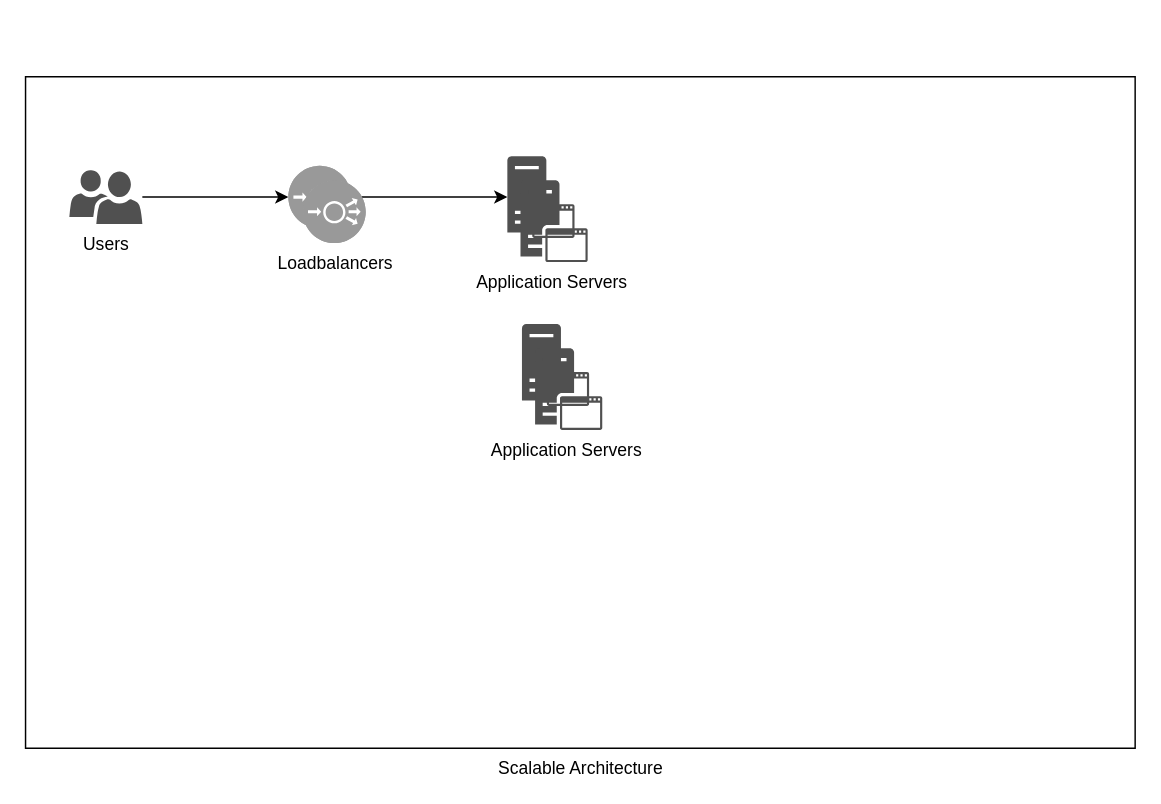
Above: URLShortner.drawio in AmitVerma-Learn/URLShortner (draw.io), before the change. Source tidied: cells renumbered, new cells numbered last; positions are measured from the earlier drawing's top-left corner, leaving out a move shared by most shapes. Both pictures are drawn from the tidied source at 146%, with x=0, y=0 at pixel (25, 76).
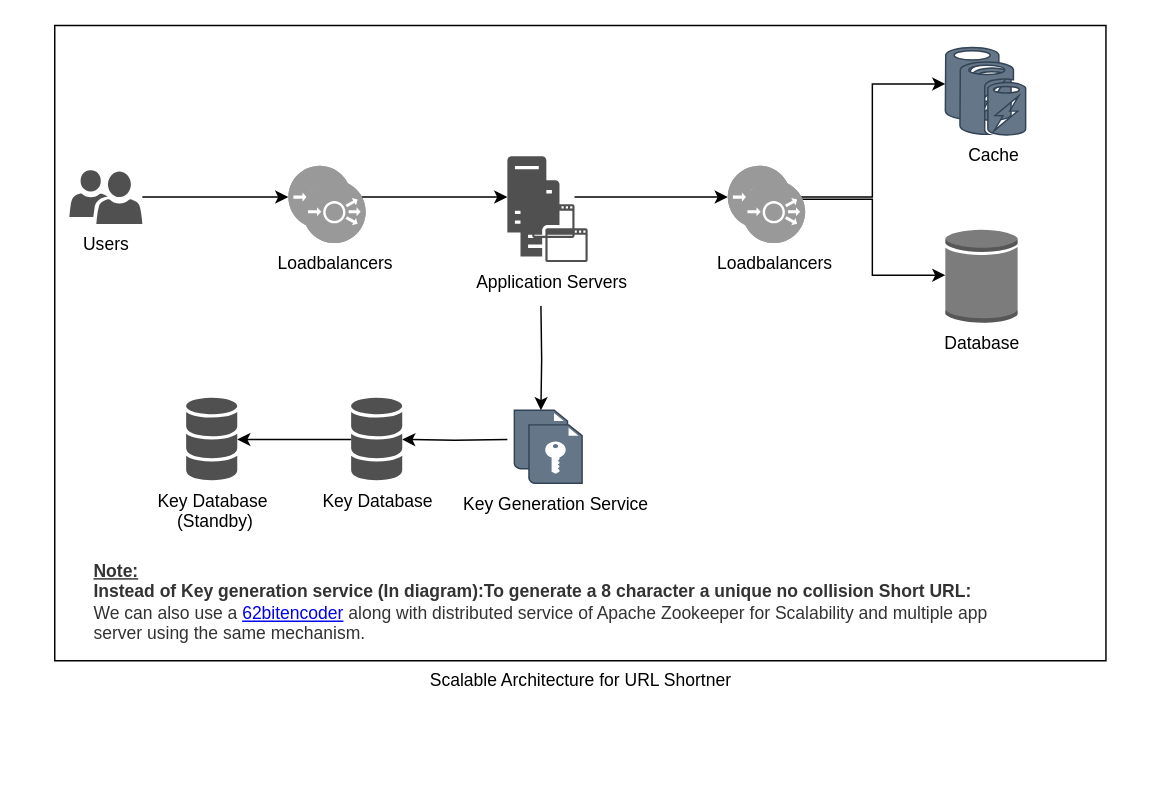
After the change.

Unchanged cells that the change refers to:
```xml
<mxCell id="8" style="sketch=0;shadow=0;dashed=0;html=1;strokeColor=none;fillColor=#505050;labelPosition=center;verticalLabelPosition=bottom;verticalAlign=top;outlineConnect=0;align=center;shape=mxgraph.office.servers.application_server;" parent="1" vertex="1">
  <mxGeometry x="330" y="54.5" width="46" height="56" as="geometry" />
</mxCell>
```

The edit, as a diff of the source:
```diff
@@
-    <mxCell id="2" value="Scalable Architecture" style="verticalLabelPosition=bottom;verticalAlign=top;html=1;shape=mxgraph.basic.rect;fillColor2=none;strokeWidth=1;size=20;indent=5;" parent="1" vertex="1">
-      <mxGeometry width="760" height="460" as="geometry" />
+    <mxCell id="2" value="Scalable Architecture for URL Shortner" style="verticalLabelPosition=bottom;verticalAlign=top;html=1;shape=mxgraph.basic.rect;fillColor2=none;strokeWidth=1;size=20;indent=5;fillColor=#FFFFFF;" parent="1" vertex="1">
+      <mxGeometry x="20" y="-35" width="720" height="435" as="geometry" />
     </mxCell>
+    <mxCell id="12" style="edgeStyle=orthogonalEdgeStyle;rounded=0;jettySize=auto;html=1;fontColor=#000000;" parent="1" edge="1" target="17">
+      <mxGeometry relative="1" as="geometry">
+        <mxPoint x="330" y="248.5" as="sourcePoint" />
+      </mxGeometry>
+    </mxCell>
@@
+    <mxCell id="13" style="edgeStyle=orthogonalEdgeStyle;rounded=0;jettySize=auto;html=1;fontColor=#000000;" parent="1" edge="1" target="15">
+      <mxGeometry relative="1" as="geometry">
+        <mxPoint x="353" y="157" as="sourcePoint" />
+      </mxGeometry>
+    </mxCell>
+    <mxCell id="14" style="edgeStyle=orthogonalEdgeStyle;rounded=0;jettySize=auto;html=1;fontColor=#000000;entryX=0;entryY=0.5;entryDx=0;entryDy=0;entryPerimeter=0;" parent="1" edge="1" source="8" target="21">
+      <mxGeometry relative="1" as="geometry" />
+    </mxCell>
@@
-    <mxCell id="10" style="sketch=0;shadow=0;dashed=0;html=1;strokeColor=none;fillColor=#505050;labelPosition=center;verticalLabelPosition=bottom;verticalAlign=top;align=center;shape=mxgraph.office.servers.application_server;" parent="1" vertex="1">
-      <mxGeometry x="340" y="169.5" width="46" height="56" as="geometry" />
-    </mxCell>
-    <mxCell id="11" value="Application Servers&lt;span style=&quot;white-space: pre&quot;&gt; &lt;/span&gt;" style="sketch=0;shadow=0;dashed=0;html=1;strokeColor=none;fillColor=#505050;labelPosition=center;verticalLabelPosition=bottom;verticalAlign=top;align=center;shape=mxgraph.office.servers.application_server;" parent="1" vertex="1">
-      <mxGeometry x="349" y="186" width="46" height="56" as="geometry" />
-    </mxCell>
+    <mxCell id="15" style="shadow=0;dashed=0;html=1;strokeColor=#314354;fillColor=#647687;labelPosition=center;verticalLabelPosition=bottom;verticalAlign=top;align=center;outlineConnect=0;shape=mxgraph.veeam.encryption_key;fontColor=#ffffff;" parent="1" vertex="1">
+      <mxGeometry x="334.8" y="228.5" width="36.4" height="40" as="geometry" />
+    </mxCell>
+    <mxCell id="16" style="edgeStyle=orthogonalEdgeStyle;rounded=0;jettySize=auto;html=1;fontColor=#000000;" parent="1" edge="1" source="17" target="18">
+      <mxGeometry relative="1" as="geometry" />
+    </mxCell>
+    <mxCell id="17" value="Key Database" style="sketch=0;shadow=0;dashed=0;html=1;strokeColor=none;fillColor=#505050;labelPosition=center;verticalLabelPosition=bottom;verticalAlign=top;outlineConnect=0;align=center;shape=mxgraph.office.databases.database_mini_3;fontColor=#000000;" parent="1" vertex="1">
+      <mxGeometry x="223" y="220" width="35" height="57" as="geometry" />
+    </mxCell>
+    <mxCell id="18" value="Key Database&lt;br&gt;&amp;nbsp;(Standby)" style="sketch=0;shadow=0;dashed=0;html=1;strokeColor=none;fillColor=#505050;labelPosition=center;verticalLabelPosition=bottom;verticalAlign=top;outlineConnect=0;align=center;shape=mxgraph.office.databases.database_mini_3;fontColor=#000000;" parent="1" vertex="1">
+      <mxGeometry x="110" y="220" width="35" height="57" as="geometry" />
+    </mxCell>
+    <mxCell id="19" value="&lt;font color=&quot;#000000&quot;&gt;Key Generation Service&lt;/font&gt;" style="shadow=0;dashed=0;html=1;strokeColor=#314354;fillColor=#647687;labelPosition=center;verticalLabelPosition=bottom;verticalAlign=top;align=center;shape=mxgraph.veeam.encryption_key;fontColor=#ffffff;" parent="1" vertex="1">
+      <mxGeometry x="344.8" y="238.5" width="36.4" height="40" as="geometry" />
+    </mxCell>
+    <mxCell id="20" style="edgeStyle=orthogonalEdgeStyle;rounded=0;jettySize=auto;html=1;fontColor=#000000;entryX=0;entryY=0.5;entryDx=0;entryDy=0;entryPerimeter=0;" parent="1" edge="1" source="21" target="24">
+      <mxGeometry relative="1" as="geometry">
+        <Array as="points">
+          <mxPoint x="580" y="83" />
+          <mxPoint x="580" y="5" />
+        </Array>
+      </mxGeometry>
+    </mxCell>
+    <mxCell id="21" style="fillColor=#999999;verticalLabelPosition=bottom;sketch=0;html=1;strokeColor=#ffffff;verticalAlign=top;align=center;points=[[0.145,0.145,0],[0.5,0,0],[0.855,0.145,0],[1,0.5,0],[0.855,0.855,0],[0.5,1,0],[0.145,0.855,0],[0,0.5,0]];shape=mxgraph.cisco_safe.compositeIcon;bgIcon=ellipse;resIcon=mxgraph.cisco_safe.capability.load_balancer;" parent="1" vertex="1">
+      <mxGeometry x="481" y="61" width="43" height="43" as="geometry" />
+    </mxCell>
+    <mxCell id="22" style="edgeStyle=orthogonalEdgeStyle;rounded=0;jettySize=auto;html=1;fontColor=#000000;exitX=1;exitY=0.5;exitDx=0;exitDy=0;exitPerimeter=0;" parent="1" edge="1" source="21" target="26">
+      <mxGeometry relative="1" as="geometry">
+        <Array as="points">
+          <mxPoint x="524" y="84" />
+          <mxPoint x="580" y="84" />
+          <mxPoint x="580" y="136" />
+        </Array>
+      </mxGeometry>
+    </mxCell>
+    <mxCell id="23" value="Loadbalancers" style="fillColor=#999999;verticalLabelPosition=bottom;sketch=0;html=1;strokeColor=#ffffff;verticalAlign=top;align=center;shape=mxgraph.cisco_safe.compositeIcon;bgIcon=ellipse;resIcon=mxgraph.cisco_safe.capability.load_balancer;" parent="1" vertex="1">
+      <mxGeometry x="491" y="71" width="43" height="43" as="geometry" />
+    </mxCell>
+    <mxCell id="24" style="verticalLabelPosition=bottom;html=1;verticalAlign=top;align=center;strokeColor=#314354;fillColor=#647687;shape=mxgraph.azure.azure_cache;fontColor=#ffffff;" parent="1" vertex="1">
+      <mxGeometry x="630" y="-20" width="45" height="50" as="geometry" />
+    </mxCell>
+    <mxCell id="25" value="&lt;font color=&quot;#000000&quot;&gt;Cache&lt;/font&gt;" style="verticalLabelPosition=bottom;html=1;verticalAlign=top;align=center;strokeColor=#314354;fillColor=#647687;shape=mxgraph.azure.azure_cache;fontColor=#ffffff;" parent="1" vertex="1">
+      <mxGeometry x="640" y="-10" width="45" height="50" as="geometry" />
+    </mxCell>
+    <mxCell id="26" value="Database" style="outlineConnect=0;dashed=0;verticalLabelPosition=bottom;verticalAlign=top;align=center;html=1;shape=mxgraph.aws3.generic_database;fillColor=#7D7C7C;gradientColor=none;fontColor=#000000;" parent="1" vertex="1">
+      <mxGeometry x="630" y="104" width="49.5" height="64.5" as="geometry" />
+    </mxCell>
+    <mxCell id="27" value="&lt;u&gt;Note:&lt;br&gt;&lt;/u&gt;Instead of Key generation service (In diagram):To generate a 8 character a unique no collision Short URL:&lt;br&gt;&lt;span style=&quot;font-weight: normal&quot;&gt;We can also use a &lt;a href=&quot;https://github.com/AmitVerma-Learn/URLShortner/blob/69f2c6c9e258f29d3935e3fcc4cc2e6ca5548eaa/Encoder62.py&quot;&gt;62bitencoder&lt;/a&gt; along with distributed service of Apache Zookeeper f&lt;/span&gt;&lt;span style=&quot;font-weight: normal&quot;&gt;or Scalability and multiple app &lt;br&gt;server using the same mechanism.&amp;nbsp;&lt;br&gt;&lt;/span&gt;" style="text;html=1;align=left;verticalAlign=middle;fillColor=none;strokeColor=none;rounded=0;fontColor=#333333;fontStyle=1;" parent="1" vertex="1">
+      <mxGeometry x="45" y="330" width="630" height="60" as="geometry" />
+    </mxCell>
```
